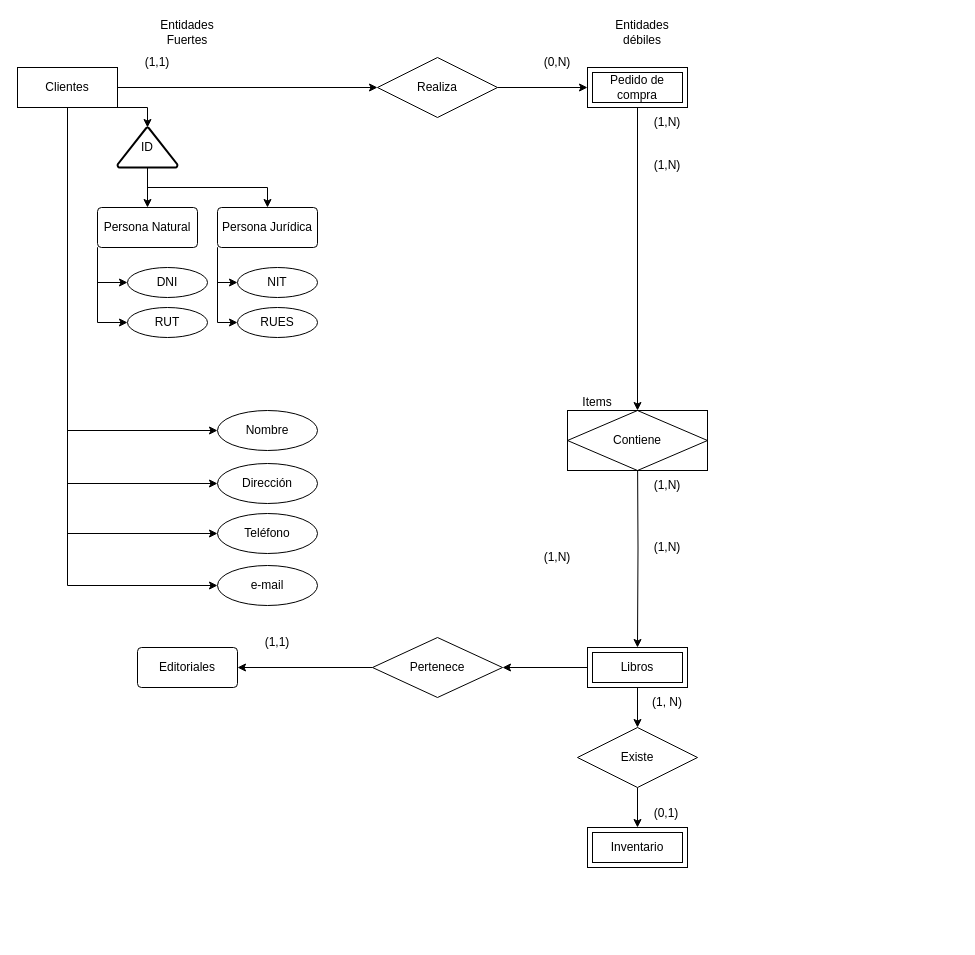
Before: ClubDelLibro.drawio in ivazquez-07/database-modeller-excersises, a draw.io diagram. Source tidied: cells renumbered, new cells numbered last; positions are measured from the earlier drawing's top-left corner, leaving out a move shared by most shapes. Both pictures are drawn from the tidied source at 100%, with x=0, y=0 at pixel (17, 17).
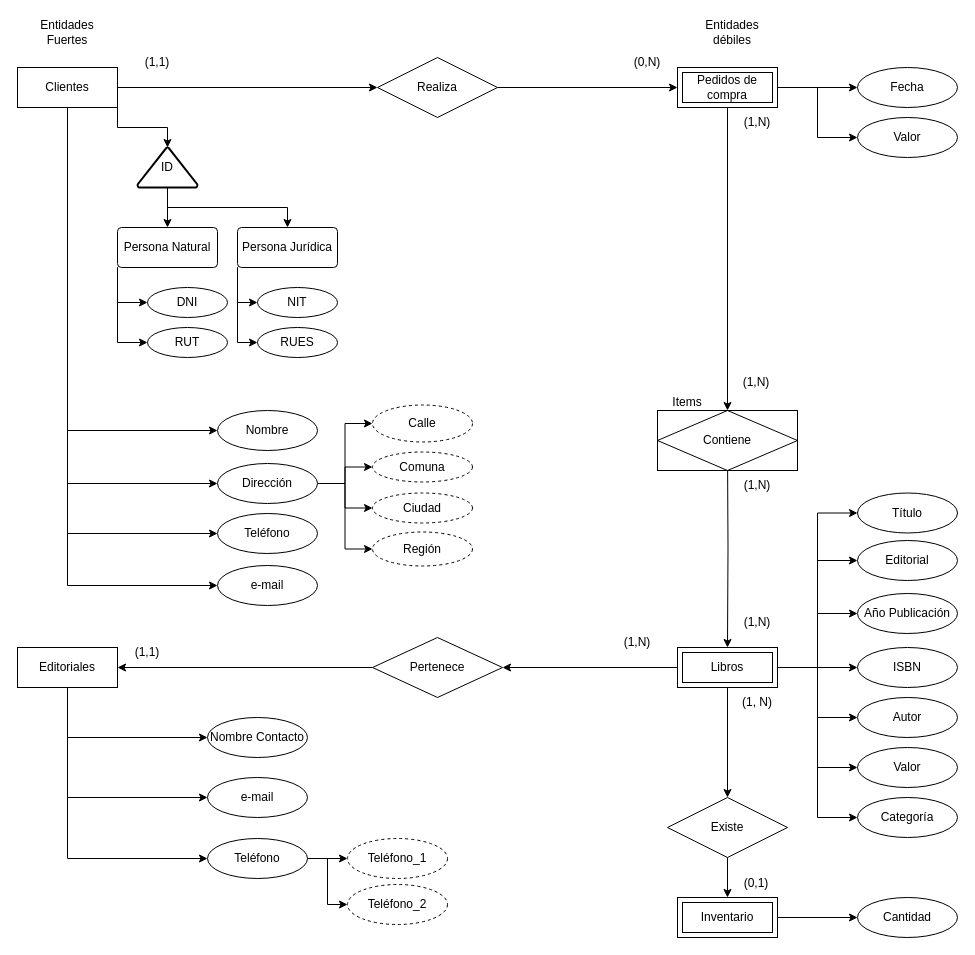
The same diagram, later.

Commit message:
Actualizamos los atributos de cada entidad

The change refers to these unchanged cells:
```xml
<mxCell id="39" value="Dirección" style="ellipse;whiteSpace=wrap;html=1;align=center;" parent="1" vertex="1">
  <mxGeometry x="200" y="446" width="100" height="40" as="geometry" />
</mxCell>
```

Diff of the diagram source:
```diff
@@
     <mxCell id="9" value="Persona Natural" style="rounded=1;arcSize=10;whiteSpace=wrap;html=1;align=center;" parent="1" vertex="1">
-      <mxGeometry x="80" y="190" width="100" height="40" as="geometry" />
+      <mxGeometry x="100" y="210" width="100" height="40" as="geometry" />
     </mxCell>
@@
+    <mxCell id="54" style="edgeStyle=orthogonalEdgeStyle;rounded=0;jettySize=auto;html=1;exitX=1;exitY=0.5;exitDx=0;exitDy=0;entryX=0;entryY=0.5;entryDx=0;entryDy=0;" parent="1" edge="1" source="11" target="75">
+      <mxGeometry relative="1" as="geometry" />
+    </mxCell>
+    <mxCell id="55" style="edgeStyle=orthogonalEdgeStyle;rounded=0;jettySize=auto;html=1;exitX=1;exitY=0.5;exitDx=0;exitDy=0;entryX=0;entryY=0.5;entryDx=0;entryDy=0;" parent="1" edge="1" source="11" target="76">
+      <mxGeometry relative="1" as="geometry" />
+    </mxCell>
-    <mxCell id="11" value="Pedido de compra" style="shape=ext;margin=3;double=1;whiteSpace=wrap;html=1;align=center;" parent="1" vertex="1">
-      <mxGeometry x="570" y="50" width="100" height="40" as="geometry" />
+    <mxCell id="11" value="Pedidos de compra" style="shape=ext;margin=3;double=1;whiteSpace=wrap;html=1;align=center;" parent="1" vertex="1">
+      <mxGeometry x="660" y="50" width="100" height="40" as="geometry" />
     </mxCell>
-    <mxCell id="12" value="Editoriales" style="rounded=1;arcSize=10;whiteSpace=wrap;html=1;align=center;" parent="1" vertex="1">
-      <mxGeometry x="120" y="630" width="100" height="40" as="geometry" />
-    </mxCell>
+    <mxCell id="56" style="edgeStyle=orthogonalEdgeStyle;rounded=0;jettySize=auto;html=1;exitX=0.5;exitY=1;exitDx=0;exitDy=0;entryX=0;entryY=0.5;entryDx=0;entryDy=0;" parent="1" edge="1" source="12" target="85">
+      <mxGeometry relative="1" as="geometry" />
+    </mxCell>
+    <mxCell id="57" style="edgeStyle=orthogonalEdgeStyle;rounded=0;jettySize=auto;html=1;exitX=0.5;exitY=1;exitDx=0;exitDy=0;entryX=0;entryY=0.5;entryDx=0;entryDy=0;" parent="1" edge="1" source="12" target="86">
+      <mxGeometry relative="1" as="geometry" />
+    </mxCell>
+    <mxCell id="58" style="edgeStyle=orthogonalEdgeStyle;rounded=0;jettySize=auto;html=1;exitX=0.5;exitY=1;exitDx=0;exitDy=0;entryX=0;entryY=0.5;entryDx=0;entryDy=0;" parent="1" edge="1" source="12" target="89">
+      <mxGeometry relative="1" as="geometry" />
+    </mxCell>
+    <mxCell id="59" style="edgeStyle=orthogonalEdgeStyle;rounded=0;jettySize=auto;html=1;exitX=1;exitY=0.5;exitDx=0;exitDy=0;entryX=0;entryY=0.5;entryDx=0;entryDy=0;" parent="1" edge="1" source="13" target="77">
+      <mxGeometry relative="1" as="geometry" />
+    </mxCell>
     <mxCell id="13" value="Inventario" style="shape=ext;margin=3;double=1;whiteSpace=wrap;html=1;align=center;" parent="1" vertex="1">
-      <mxGeometry x="570" y="810" width="100" height="40" as="geometry" />
+      <mxGeometry x="660" y="880" width="100" height="40" as="geometry" />
     </mxCell>
     <mxCell id="14" value="Entidades Fuerte&lt;span style=&quot;background-color: transparent; color: light-dark(rgb(0, 0, 0), rgb(255, 255, 255));&quot;&gt;s&lt;/span&gt;" style="text;html=1;align=center;verticalAlign=middle;whiteSpace=wrap;rounded=0;" parent="1" vertex="1">
-      <mxGeometry x="140" width="60" height="30" as="geometry" />
+      <mxGeometry x="20" width="60" height="30" as="geometry" />
     </mxCell>
     <mxCell id="15" value="Entidades débiles" style="text;html=1;align=center;verticalAlign=middle;whiteSpace=wrap;rounded=0;strokeColor=none;fillColor=none;" parent="1" vertex="1">
-      <mxGeometry x="595" width="60" height="30" as="geometry" />
+      <mxGeometry x="685" width="60" height="30" as="geometry" />
     </mxCell>
@@
+    <mxCell id="60" style="edgeStyle=orthogonalEdgeStyle;rounded=0;jettySize=auto;html=1;exitX=1;exitY=0.5;exitDx=0;exitDy=0;entryX=0;entryY=0.5;entryDx=0;entryDy=0;" parent="1" edge="1" source="18" target="80">
+      <mxGeometry relative="1" as="geometry" />
+    </mxCell>
+    <mxCell id="61" style="edgeStyle=orthogonalEdgeStyle;rounded=0;jettySize=auto;html=1;exitX=1;exitY=0.5;exitDx=0;exitDy=0;entryX=0;entryY=0.5;entryDx=0;entryDy=0;" parent="1" edge="1" source="18" target="81">
+      <mxGeometry relative="1" as="geometry" />
+    </mxCell>
+    <mxCell id="62" style="edgeStyle=orthogonalEdgeStyle;rounded=0;jettySize=auto;html=1;exitX=1;exitY=0.5;exitDx=0;exitDy=0;entryX=0;entryY=0.5;entryDx=0;entryDy=0;" parent="1" edge="1" source="18" target="78">
+      <mxGeometry relative="1" as="geometry" />
+    </mxCell>
+    <mxCell id="63" style="edgeStyle=orthogonalEdgeStyle;rounded=0;jettySize=auto;html=1;exitX=1;exitY=0.5;exitDx=0;exitDy=0;entryX=0;entryY=0.5;entryDx=0;entryDy=0;" parent="1" edge="1" source="18" target="79">
+      <mxGeometry relative="1" as="geometry" />
+    </mxCell>
+    <mxCell id="64" style="edgeStyle=orthogonalEdgeStyle;rounded=0;jettySize=auto;html=1;exitX=1;exitY=0.5;exitDx=0;exitDy=0;entryX=0;entryY=0.5;entryDx=0;entryDy=0;" parent="1" edge="1" source="18" target="84">
+      <mxGeometry relative="1" as="geometry" />
+    </mxCell>
+    <mxCell id="65" style="edgeStyle=orthogonalEdgeStyle;rounded=0;jettySize=auto;html=1;exitX=1;exitY=0.5;exitDx=0;exitDy=0;entryX=0;entryY=0.5;entryDx=0;entryDy=0;" parent="1" edge="1" source="18" target="83">
+      <mxGeometry relative="1" as="geometry" />
+    </mxCell>
+    <mxCell id="66" style="edgeStyle=orthogonalEdgeStyle;rounded=0;jettySize=auto;html=1;exitX=1;exitY=0.5;exitDx=0;exitDy=0;entryX=0;entryY=0.5;entryDx=0;entryDy=0;" parent="1" edge="1" source="18" target="82">
+      <mxGeometry relative="1" as="geometry" />
+    </mxCell>
     <mxCell id="18" value="Libros" style="shape=ext;margin=3;double=1;whiteSpace=wrap;html=1;align=center;" parent="1" vertex="1">
-      <mxGeometry x="570" y="630" width="100" height="40" as="geometry" />
+      <mxGeometry x="660" y="630" width="100" height="40" as="geometry" />
     </mxCell>
@@
     <mxCell id="21" style="edgeStyle=orthogonalEdgeStyle;rounded=0;jettySize=auto;html=1;" parent="1" edge="1" target="18">
       <mxGeometry relative="1" as="geometry">
-        <mxPoint x="620" y="430" as="sourcePoint" />
+        <mxPoint x="710" y="430" as="sourcePoint" />
       </mxGeometry>
     </mxCell>
@@
     <mxCell id="23" value="(0,N)" style="text;html=1;align=center;verticalAlign=middle;whiteSpace=wrap;rounded=0;" parent="1" vertex="1">
-      <mxGeometry x="510" y="30" width="60" height="30" as="geometry" />
+      <mxGeometry x="600" y="30" width="60" height="30" as="geometry" />
     </mxCell>
     <mxCell id="24" value="(1,N)" style="text;html=1;align=center;verticalAlign=middle;whiteSpace=wrap;rounded=0;" parent="1" vertex="1">
-      <mxGeometry x="620" y="90" width="60" height="30" as="geometry" />
+      <mxGeometry x="710" y="90" width="60" height="30" as="geometry" />
     </mxCell>
     <mxCell id="25" value="(1,N)" style="text;html=1;align=center;verticalAlign=middle;whiteSpace=wrap;rounded=0;" parent="1" vertex="1">
-      <mxGeometry x="620" y="453" width="60" height="30" as="geometry" />
+      <mxGeometry x="710" y="453" width="60" height="30" as="geometry" />
     </mxCell>
@@
     <mxCell id="28" value="(1,N)" style="text;html=1;align=center;verticalAlign=middle;whiteSpace=wrap;rounded=0;" parent="1" vertex="1">
-      <mxGeometry x="510" y="525" width="60" height="30" as="geometry" />
+      <mxGeometry x="590" y="610" width="60" height="30" as="geometry" />
     </mxCell>
     <mxCell id="29" value="(1,1)" style="text;html=1;align=center;verticalAlign=middle;whiteSpace=wrap;rounded=0;" parent="1" vertex="1">
-      <mxGeometry x="230" y="610" width="60" height="30" as="geometry" />
+      <mxGeometry x="100" y="620" width="60" height="30" as="geometry" />
     </mxCell>
@@
     <mxCell id="31" value="Existe" style="shape=rhombus;perimeter=rhombusPerimeter;whiteSpace=wrap;html=1;align=center;" parent="1" vertex="1">
-      <mxGeometry x="560" y="710" width="120" height="60" as="geometry" />
+      <mxGeometry x="650" y="780" width="120" height="60" as="geometry" />
     </mxCell>
     <mxCell id="32" value="(1, N)" style="text;html=1;align=center;verticalAlign=middle;whiteSpace=wrap;rounded=0;" parent="1" vertex="1">
-      <mxGeometry x="620" y="670" width="60" height="30" as="geometry" />
+      <mxGeometry x="710" y="670" width="60" height="30" as="geometry" />
     </mxCell>
     <mxCell id="33" value="(0,1)" style="text;html=1;align=center;verticalAlign=middle;whiteSpace=wrap;rounded=0;" parent="1" vertex="1">
-      <mxGeometry x="619" y="781" width="60" height="30" as="geometry" />
+      <mxGeometry x="709" y="851" width="60" height="30" as="geometry" />
     </mxCell>
     <mxCell id="34" value="Contiene" style="shape=associativeEntity;whiteSpace=wrap;html=1;align=center;" parent="1" vertex="1">
-      <mxGeometry x="550" y="393" width="140" height="60" as="geometry" />
+      <mxGeometry x="640" y="393" width="140" height="60" as="geometry" />
     </mxCell>
     <mxCell id="35" value="Items" style="text;html=1;align=center;verticalAlign=middle;whiteSpace=wrap;rounded=0;" parent="1" vertex="1">
-      <mxGeometry x="550" y="370" width="60" height="30" as="geometry" />
+      <mxGeometry x="640" y="370" width="60" height="30" as="geometry" />
     </mxCell>
     <mxCell id="36" value="(1,N)" style="text;html=1;align=center;verticalAlign=middle;whiteSpace=wrap;rounded=0;" parent="1" vertex="1">
-      <mxGeometry x="620" y="133" width="60" height="30" as="geometry" />
+      <mxGeometry x="709" y="350" width="60" height="30" as="geometry" />
     </mxCell>
     <mxCell id="37" value="(1,N)" style="text;html=1;align=center;verticalAlign=middle;whiteSpace=wrap;rounded=0;" parent="1" vertex="1">
-      <mxGeometry x="620" y="515" width="60" height="30" as="geometry" />
+      <mxGeometry x="710" y="590" width="60" height="30" as="geometry" />
     </mxCell>
@@
+    <mxCell id="67" style="edgeStyle=orthogonalEdgeStyle;rounded=0;jettySize=auto;html=1;exitX=1;exitY=0.5;exitDx=0;exitDy=0;entryX=0;entryY=0.5;entryDx=0;entryDy=0;" parent="1" edge="1" source="39" target="71">
+      <mxGeometry relative="1" as="geometry" />
+    </mxCell>
+    <mxCell id="68" style="edgeStyle=orthogonalEdgeStyle;rounded=0;jettySize=auto;html=1;exitX=1;exitY=0.5;exitDx=0;exitDy=0;entryX=0;entryY=0.5;entryDx=0;entryDy=0;" parent="1" edge="1" source="39" target="73">
+      <mxGeometry relative="1" as="geometry" />
+    </mxCell>
+    <mxCell id="69" style="edgeStyle=orthogonalEdgeStyle;rounded=0;jettySize=auto;html=1;exitX=1;exitY=0.5;exitDx=0;exitDy=0;entryX=0;entryY=0.5;entryDx=0;entryDy=0;" parent="1" edge="1" source="39" target="74">
+      <mxGeometry relative="1" as="geometry" />
+    </mxCell>
+    <mxCell id="70" style="edgeStyle=orthogonalEdgeStyle;rounded=0;jettySize=auto;html=1;exitX=1;exitY=0.5;exitDx=0;exitDy=0;entryX=0;entryY=0.5;entryDx=0;entryDy=0;" parent="1" edge="1" source="39" target="72">
+      <mxGeometry relative="1" as="geometry" />
+    </mxCell>
@@
     <mxCell id="44" value="ID" style="strokeWidth=2;html=1;shape=mxgraph.flowchart.extract_or_measurement;whiteSpace=wrap;" parent="1" vertex="1">
-      <mxGeometry x="100" y="110" width="60" height="40" as="geometry" />
+      <mxGeometry x="120" y="130" width="60" height="40" as="geometry" />
     </mxCell>
@@
     <mxCell id="49" value="Persona Jurídica" style="rounded=1;arcSize=10;whiteSpace=wrap;html=1;align=center;" parent="1" vertex="1">
-      <mxGeometry x="200" y="190" width="100" height="40" as="geometry" />
+      <mxGeometry x="220" y="210" width="100" height="40" as="geometry" />
     </mxCell>
     <mxCell id="50" value="DNI" style="ellipse;whiteSpace=wrap;html=1;align=center;" parent="1" vertex="1">
-      <mxGeometry x="110" y="250" width="80" height="30" as="geometry" />
+      <mxGeometry x="130" y="270" width="80" height="30" as="geometry" />
     </mxCell>
     <mxCell id="51" value="RUT" style="ellipse;whiteSpace=wrap;html=1;align=center;" parent="1" vertex="1">
-      <mxGeometry x="110" y="290" width="80" height="30" as="geometry" />
+      <mxGeometry x="130" y="310" width="80" height="30" as="geometry" />
     </mxCell>
     <mxCell id="52" value="NIT" style="ellipse;whiteSpace=wrap;html=1;align=center;" parent="1" vertex="1">
-      <mxGeometry x="220" y="250" width="80" height="30" as="geometry" />
+      <mxGeometry x="240" y="270" width="80" height="30" as="geometry" />
     </mxCell>
     <mxCell id="53" value="RUES" style="ellipse;whiteSpace=wrap;html=1;align=center;" parent="1" vertex="1">
-      <mxGeometry x="220" y="290" width="80" height="30" as="geometry" />
+      <mxGeometry x="240" y="310" width="80" height="30" as="geometry" />
     </mxCell>
+    <mxCell id="71" value="Calle" style="ellipse;whiteSpace=wrap;html=1;align=center;dashed=1;" parent="1" vertex="1">
+      <mxGeometry x="355" y="387.5" width="100" height="37" as="geometry" />
+    </mxCell>
+    <mxCell id="72" value="Región" style="ellipse;whiteSpace=wrap;html=1;align=center;dashed=1;" parent="1" vertex="1">
+      <mxGeometry x="355" y="514.5" width="100" height="34" as="geometry" />
+    </mxCell>
+    <mxCell id="73" value="Comuna" style="ellipse;whiteSpace=wrap;html=1;align=center;dashed=1;" parent="1" vertex="1">
+      <mxGeometry x="355" y="434.5" width="100" height="30" as="geometry" />
+    </mxCell>
+    <mxCell id="74" value="Ciudad" style="ellipse;whiteSpace=wrap;html=1;align=center;dashed=1;" parent="1" vertex="1">
+      <mxGeometry x="355" y="475.5" width="100" height="30" as="geometry" />
+    </mxCell>
+    <mxCell id="75" value="Fecha" style="ellipse;whiteSpace=wrap;html=1;align=center;" parent="1" vertex="1">
+      <mxGeometry x="840" y="50" width="100" height="40" as="geometry" />
+    </mxCell>
+    <mxCell id="76" value="Valor" style="ellipse;whiteSpace=wrap;html=1;align=center;" parent="1" vertex="1">
+      <mxGeometry x="840" y="100" width="100" height="40" as="geometry" />
+    </mxCell>
+    <mxCell id="77" value="Cantidad" style="ellipse;whiteSpace=wrap;html=1;align=center;" parent="1" vertex="1">
+      <mxGeometry x="840" y="880" width="100" height="40" as="geometry" />
+    </mxCell>
+    <mxCell id="78" value="Año Publicación" style="ellipse;whiteSpace=wrap;html=1;align=center;" parent="1" vertex="1">
+      <mxGeometry x="840" y="576" width="100" height="40" as="geometry" />
+    </mxCell>
+    <mxCell id="79" value="ISBN" style="ellipse;whiteSpace=wrap;html=1;align=center;" parent="1" vertex="1">
+      <mxGeometry x="840" y="630" width="100" height="40" as="geometry" />
+    </mxCell>
+    <mxCell id="80" value="Título" style="ellipse;whiteSpace=wrap;html=1;align=center;" parent="1" vertex="1">
+      <mxGeometry x="840" y="475.5" width="100" height="40" as="geometry" />
+    </mxCell>
+    <mxCell id="81" value="Editorial" style="ellipse;whiteSpace=wrap;html=1;align=center;" parent="1" vertex="1">
+      <mxGeometry x="840" y="523" width="100" height="40" as="geometry" />
+    </mxCell>
+    <mxCell id="82" value="Categoría" style="ellipse;whiteSpace=wrap;html=1;align=center;" parent="1" vertex="1">
+      <mxGeometry x="840" y="780" width="100" height="40" as="geometry" />
+    </mxCell>
+    <mxCell id="83" value="Valor" style="ellipse;whiteSpace=wrap;html=1;align=center;" parent="1" vertex="1">
+      <mxGeometry x="840" y="730" width="100" height="40" as="geometry" />
+    </mxCell>
+    <mxCell id="84" value="Autor" style="ellipse;whiteSpace=wrap;html=1;align=center;" parent="1" vertex="1">
+      <mxGeometry x="840" y="680" width="100" height="40" as="geometry" />
+    </mxCell>
+    <mxCell id="85" value="Nombre Contacto" style="ellipse;whiteSpace=wrap;html=1;align=center;" parent="1" vertex="1">
+      <mxGeometry x="190" y="700" width="100" height="40" as="geometry" />
+    </mxCell>
+    <mxCell id="86" value="e-mail" style="ellipse;whiteSpace=wrap;html=1;align=center;" parent="1" vertex="1">
+      <mxGeometry x="190" y="760" width="100" height="40" as="geometry" />
+    </mxCell>
+    <mxCell id="87" style="edgeStyle=orthogonalEdgeStyle;rounded=0;jettySize=auto;html=1;exitX=1;exitY=0.5;exitDx=0;exitDy=0;entryX=0;entryY=0.5;entryDx=0;entryDy=0;" parent="1" edge="1" source="89" target="90">
+      <mxGeometry relative="1" as="geometry" />
+    </mxCell>
+    <mxCell id="88" style="edgeStyle=orthogonalEdgeStyle;rounded=0;jettySize=auto;html=1;exitX=1;exitY=0.5;exitDx=0;exitDy=0;entryX=0;entryY=0.5;entryDx=0;entryDy=0;" parent="1" edge="1" source="89" target="91">
+      <mxGeometry relative="1" as="geometry" />
+    </mxCell>
+    <mxCell id="89" value="Teléfono" style="ellipse;whiteSpace=wrap;html=1;align=center;" parent="1" vertex="1">
+      <mxGeometry x="190" y="821" width="100" height="40" as="geometry" />
+    </mxCell>
+    <mxCell id="90" value="Teléfono_1" style="ellipse;whiteSpace=wrap;html=1;align=center;dashed=1;" parent="1" vertex="1">
+      <mxGeometry x="330" y="821" width="100" height="40" as="geometry" />
+    </mxCell>
+    <mxCell id="91" value="Teléfono_2" style="ellipse;whiteSpace=wrap;html=1;align=center;dashed=1;" parent="1" vertex="1">
+      <mxGeometry x="330" y="867" width="100" height="40" as="geometry" />
+    </mxCell>
+    <mxCell id="12" value="Editoriales" style="whiteSpace=wrap;html=1;align=center;" parent="1" vertex="1">
+      <mxGeometry y="630" width="100" height="40" as="geometry" />
+    </mxCell>
```
